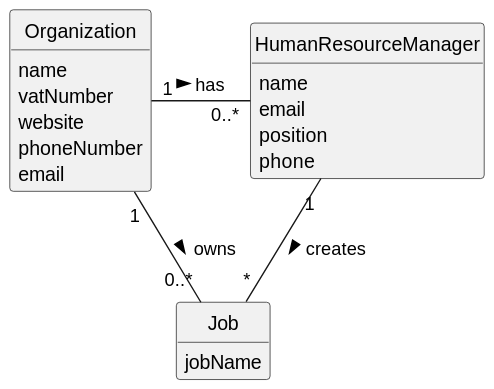
yusufyilmaz00/Integral-Project-ISEP keeps this PlantUML diagram as docs/sprintA/us002/02.analysis/svg/us02-domain-model.svg. Above is the earlier version. Its diagram source:
```plantuml
@startuml
skinparam monochrome true
skinparam packageStyle rectangle
skinparam shadowing false


skinparam classAttributeIconSize 0

hide circle
hide methods



class Organization {
    name
    vatNumber
    website
    phoneNumber
    email
}

class Job {
    jobName
}

class HumanResourceManager {
    name
    email
    position
    phone
}


Organization "1" - "0..*" HumanResourceManager : has >
Organization "1" - "0..*" Job: owns >
HumanResourceManager "1" -- "*" Job : creates >
@enduml
```
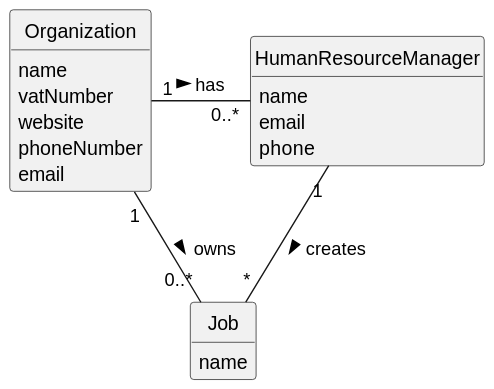
The same file after the commit.

Diff of the diagram source:
```diff
@@ -20,16 +20,14 @@
 }
 
 class Job {
-    jobName
+    name
 }
 
 class HumanResourceManager {
     name
     email
-    position
     phone
 }
-
 
 Organization "1" - "0..*" HumanResourceManager : has >
 Organization "1" - "0..*" Job: owns >
```
